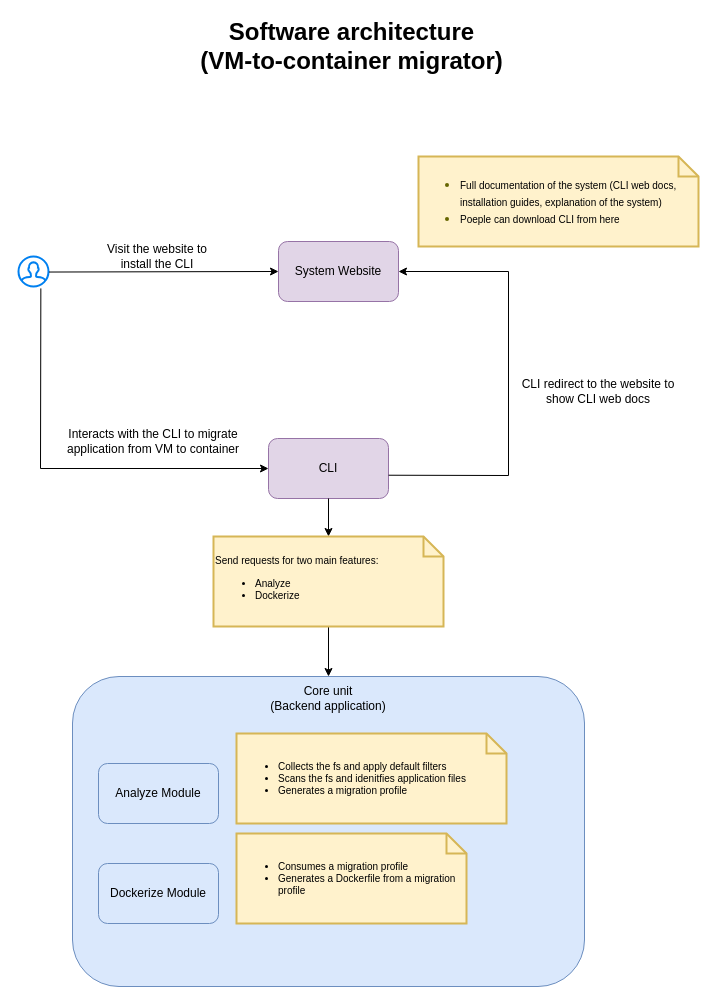
Above: page "user-flow-general" (2 of 2) of diagrams/software-architecture-design/general.drawio in toni123321/vm-to-container-migrator (draw.io), before the change. Source tidied: cells renumbered, new cells numbered last; positions are measured from the earlier drawing's top-left corner, leaving out a move shared by most shapes. Both pictures are drawn from the tidied source at 100%, with x=0, y=0 at pixel (18, 26).
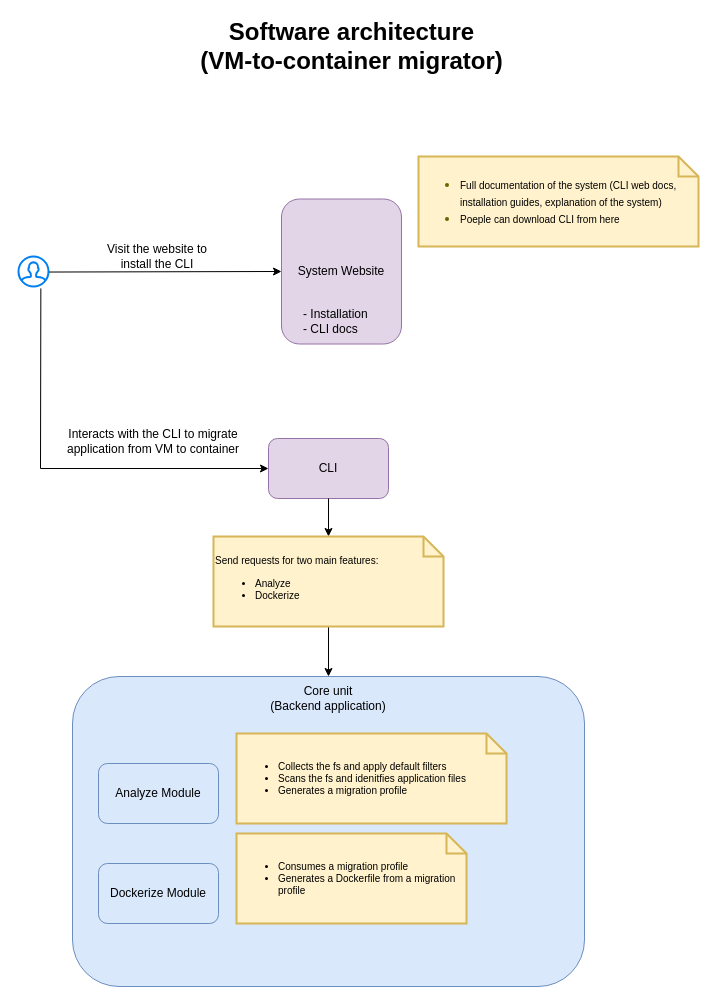
Above is the later version.

Unchanged cells that the change refers to:
```xml
<mxCell id="2" value="CLI" style="rounded=1;whiteSpace=wrap;html=1;fillColor=#e1d5e7;strokeColor=#9673a6;" parent="1" vertex="1">
  <mxGeometry x="250" y="412" width="120" height="60" as="geometry" />
</mxCell>
```

What changed in the source:
```diff
@@
     <mxCell id="3" value="System Website" style="rounded=1;whiteSpace=wrap;html=1;fillColor=#e1d5e7;strokeColor=#9673a6;" parent="1" vertex="1">
-      <mxGeometry x="260" y="215" width="120" height="60" as="geometry" />
+      <mxGeometry x="263" y="172.5" width="120" height="145" as="geometry" />
     </mxCell>
@@
-    <mxCell id="12" value="CLI redirect to the website to show CLI web docs" style="text;html=1;align=center;verticalAlign=middle;whiteSpace=wrap;rounded=0;" parent="1" vertex="1">
-      <mxGeometry x="500" y="350" width="160" height="30" as="geometry" />
-    </mxCell>
@@
-    <mxCell id="18" style="endArrow=classic;html=1;rounded=0;exitX=1.001;exitY=0.612;exitDx=0;exitDy=0;exitPerimeter=0;entryX=1;entryY=0.5;entryDx=0;entryDy=0;" parent="1" edge="1" source="2" target="3">
-      <mxGeometry relative="1" as="geometry">
-        <Array as="points">
-          <mxPoint x="490" y="449" />
-          <mxPoint x="490" y="245" />
-        </Array>
-      </mxGeometry>
-    </mxCell>
@@
+    <mxCell id="22" value="- Installation&amp;nbsp;&lt;div&gt;- CLI docs&lt;/div&gt;" style="text;html=1;align=left;verticalAlign=middle;whiteSpace=wrap;rounded=0;" parent="1" vertex="1">
+      <mxGeometry x="283" y="280" width="87" height="30" as="geometry" />
+    </mxCell>
```
